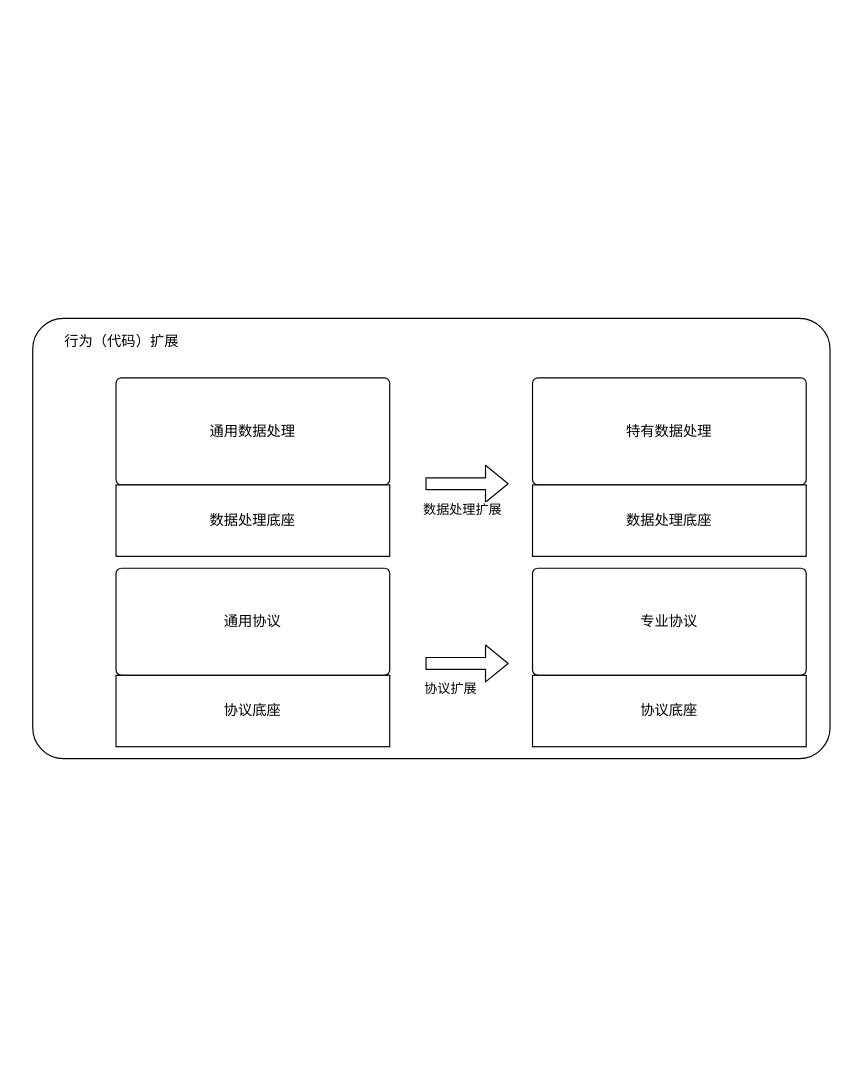
This is 架构图.drawio from suqcnn/12306, a draw.io file, before an edit. Source tidied: cells renumbered, new cells numbered last; positions are measured from the earlier drawing's top-left corner, leaving out a move shared by most shapes. Both pictures are drawn from the tidied source at 119%, with x=0, y=0 at pixel (32, 318).
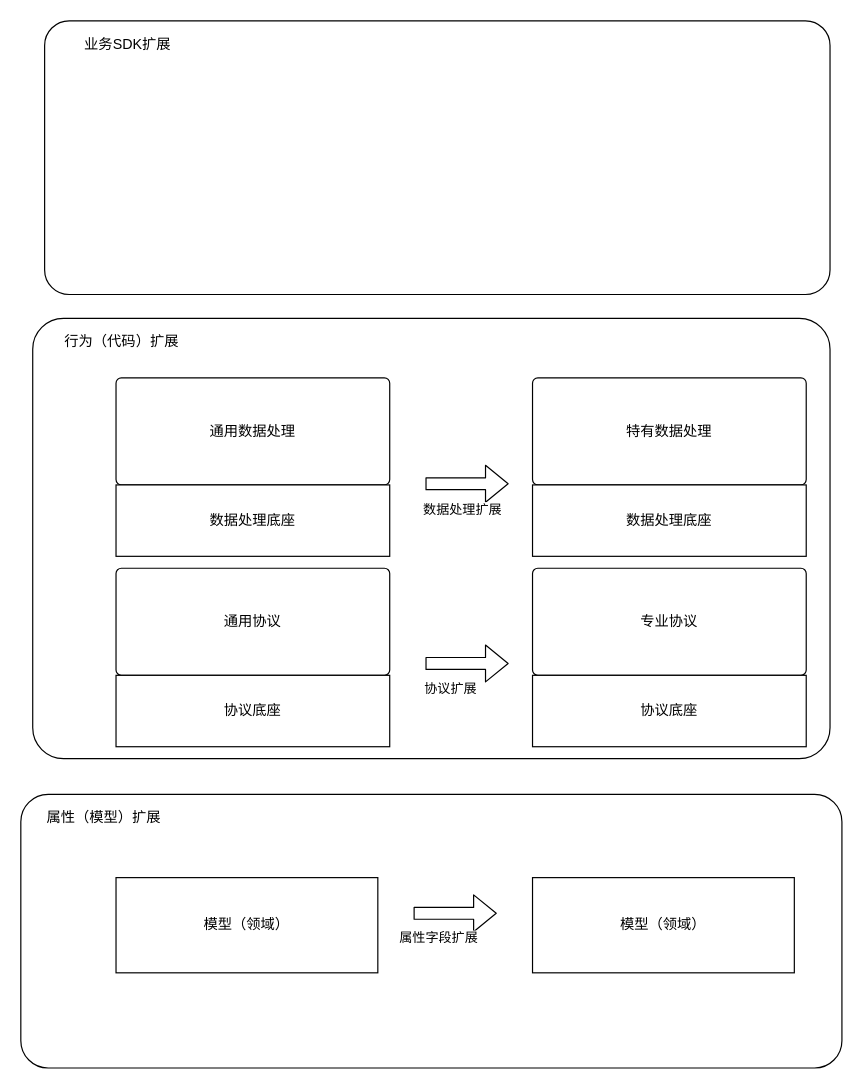
The same diagram, later.

Diff of the diagram source:
```diff
@@
+    <mxCell id="16" style="rounded=1;whiteSpace=wrap;html=1;arcSize=10;" parent="1" vertex="1">
+      <mxGeometry x="-10" y="400" width="690" height="230" as="geometry" />
+    </mxCell>
+    <mxCell id="17" value="模型（领域）" style="rounded=0;whiteSpace=wrap;html=1;" parent="1" vertex="1">
+      <mxGeometry x="70" y="470" width="220" height="80" as="geometry" />
+    </mxCell>
+    <mxCell id="18" value="模型（领域）" style="rounded=0;whiteSpace=wrap;html=1;" parent="1" vertex="1">
+      <mxGeometry x="420" y="470" width="220" height="80" as="geometry" />
+    </mxCell>
+    <mxCell id="19" style="shape=flexArrow;endArrow=classic;html=1;" parent="1" edge="1">
+      <mxGeometry relative="1" as="geometry">
+        <mxPoint x="320" y="500" as="sourcePoint" />
+        <mxPoint x="390" y="500" as="targetPoint" />
+      </mxGeometry>
+    </mxCell>
+    <mxCell id="20" value="属性字段扩展" style="edgeLabel;html=1;align=center;verticalAlign=middle;" parent="19" vertex="1">
+      <mxGeometry x="0.2" y="4" relative="1" as="geometry">
+        <mxPoint x="-22" y="24" as="offset" />
+      </mxGeometry>
+    </mxCell>
+    <mxCell id="21" value="属性（模型）扩展" style="text;html=1;strokeColor=none;fillColor=none;align=center;verticalAlign=middle;whiteSpace=wrap;rounded=0;" parent="1" vertex="1">
+      <mxGeometry y="410" width="120" height="20" as="geometry" />
+    </mxCell>
+    <mxCell id="22" style="rounded=1;whiteSpace=wrap;html=1;arcSize=9;" parent="1" vertex="1">
+      <mxGeometry x="10" y="-250" width="660" height="230" as="geometry" />
+    </mxCell>
+    <mxCell id="23" value="业务SDK扩展" style="text;html=1;strokeColor=none;fillColor=none;align=center;verticalAlign=middle;whiteSpace=wrap;rounded=0;" parent="1" vertex="1">
+      <mxGeometry x="30" y="-240" width="100" height="20" as="geometry" />
+    </mxCell>
```
